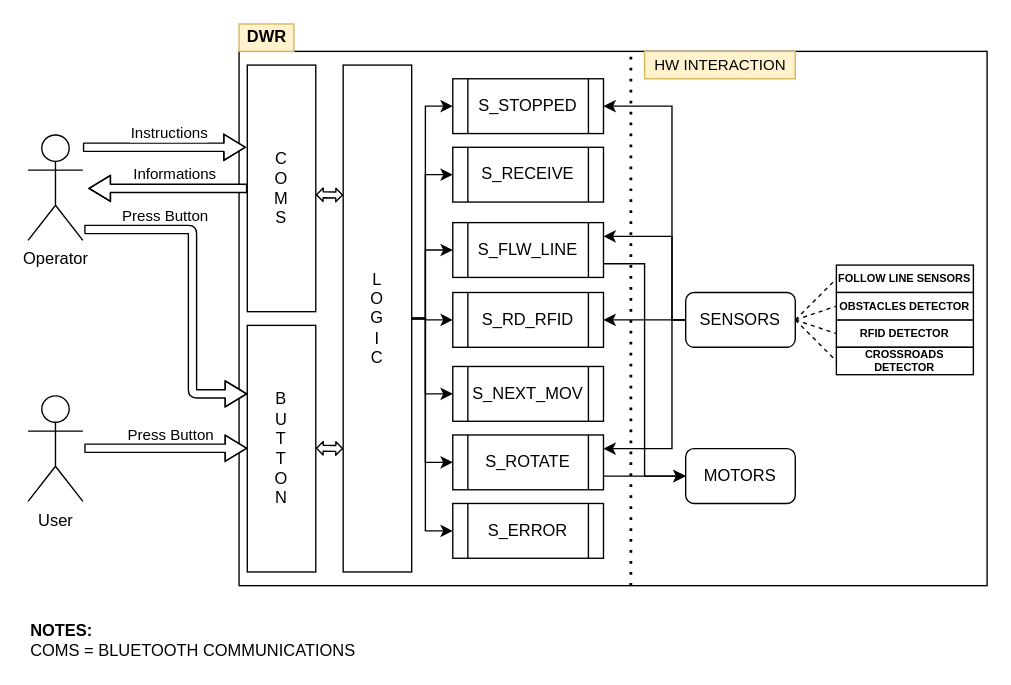
Above: page "SysDiagram_v2" (2 of 7) of 03Flowcharts/System_Diagram.drawio in LPI-2020/DWR-19 (draw.io), before the change. Source tidied: cells renumbered, new cells numbered last; positions are measured from the earlier drawing's top-left corner, leaving out a move shared by most shapes. Both pictures are drawn from the tidied source at 137%, with x=0, y=0 at pixel (27, 23).
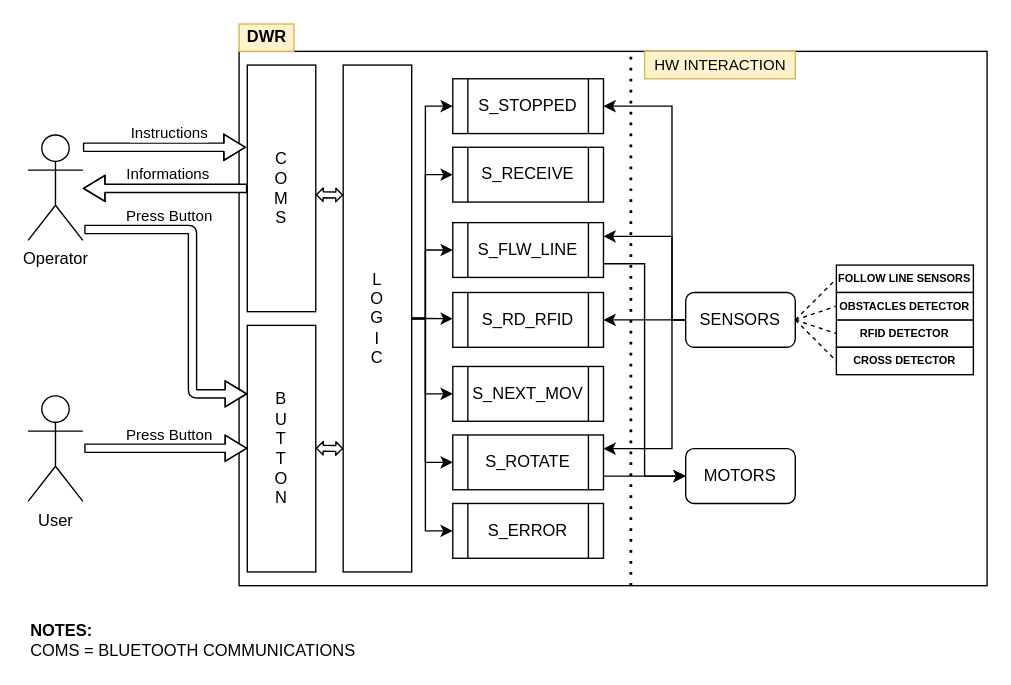
The same page after the edit.

Commit message (it also covers changes not shown here):
Arquitetura e Modulos Utilizados in progress

Unchanged cells that the change refers to:
```xml
<mxCell id="4" value="C&lt;br&gt;O&lt;br&gt;M&lt;br&gt;S&lt;br&gt;" style="rounded=0;whiteSpace=wrap;html=1;" parent="1" vertex="1">
  <mxGeometry x="160" y="30" width="50" height="180" as="geometry" />
</mxCell>
<mxCell id="11" value="L&lt;br&gt;O&lt;br&gt;G&lt;br&gt;I&lt;br&gt;C" style="rounded=0;whiteSpace=wrap;html=1;" parent="1" vertex="1">
  <mxGeometry x="230" y="30" width="50" height="370" as="geometry" />
</mxCell>
<mxCell id="34" value="&lt;span&gt;S_RD_RFID&lt;br&gt;&lt;/span&gt;" style="shape=process;whiteSpace=wrap;html=1;backgroundOutline=1;" parent="1" vertex="1">
  <mxGeometry x="310" y="196" width="110" height="40" as="geometry" />
</mxCell>
```

The edit, as a diff of the source:
```diff
@@
-    <mxCell id="8" style="edgeStyle=orthogonalEdgeStyle;rounded=0;jettySize=auto;html=1;exitX=1;exitY=0.5;exitDx=0;exitDy=0;entryX=0;entryY=0.5;entryDx=0;entryDy=0;" parent="1" edge="1" source="11" target="34">
+    <mxCell id="8" style="edgeStyle=orthogonalEdgeStyle;rounded=0;jettySize=auto;html=1;exitX=1;exitY=0.5;exitDx=0;exitDy=0;entryX=0;entryY=0.477;entryDx=0;entryDy=0;entryPerimeter=0;" parent="1" edge="1" source="11" target="34">
       <mxGeometry relative="1" as="geometry">
         <Array as="points">
           <mxPoint x="290" y="215" />
         </Array>
       </mxGeometry>
     </mxCell>
@@
-    <mxCell id="20" value="CROSSROADS DETECTOR" style="rounded=0;whiteSpace=wrap;html=1;fontSize=8;fontStyle=1;" parent="1" vertex="1">
+    <mxCell id="20" value="CROSS DETECTOR" style="rounded=0;whiteSpace=wrap;html=1;fontSize=8;fontStyle=1;" parent="1" vertex="1">
       <mxGeometry x="590" y="236" width="100" height="20" as="geometry" />
     </mxCell>
@@
     <mxCell id="43" value="Informations" style="shape=flexArrow;endArrow=classic;html=1;endWidth=12;endSize=4.87;width=6;labelBackgroundColor=none;exitX=0;exitY=0.5;exitDx=0;exitDy=0;fillColor=#ffffff;" parent="1" edge="1" source="4">
-      <mxGeometry x="-0.09" y="-10" relative="1" as="geometry">
-        <mxPoint x="44" y="120" as="targetPoint" />
+      <mxGeometry x="-0.03" y="-10" relative="1" as="geometry">
+        <mxPoint x="40" y="120" as="targetPoint" />
         <Array as="points">
           <mxPoint x="104" y="120" />
         </Array>
       </mxGeometry>
     </mxCell>
-    <mxCell id="44" value="Press Button" style="shape=flexArrow;endArrow=classic;html=1;endWidth=12;endSize=4.87;width=6;entryX=0;entryY=0.25;entryDx=0;entryDy=0;fillColor=#ffffff;labelBackgroundColor=none;" parent="1" edge="1">
-      <mxGeometry x="-0.51" y="10" relative="1" as="geometry">
+    <mxCell id="44" value="Press Button" style="shape=flexArrow;endArrow=classic;html=1;endWidth=12;endSize=4.87;width=6;entryX=0;entryY=0.25;entryDx=0;entryDy=0;fillColor=#ffffff;labelBackgroundColor=none;labelPosition=right;verticalLabelPosition=middle;align=left;verticalAlign=middle;" parent="1" edge="1">
+      <mxGeometry x="-0.76" y="10" relative="1" as="geometry">
         <mxPoint x="41" y="150" as="sourcePoint" />
         <mxPoint x="160" y="270" as="targetPoint" />
         <Array as="points">
           <mxPoint x="120" y="150" />
           <mxPoint x="120" y="205" />
           <mxPoint x="120" y="270" />
         </Array>
       </mxGeometry>
     </mxCell>
@@
-    <mxCell id="46" value="Press Button" style="shape=flexArrow;endArrow=classic;html=1;endWidth=12;endSize=4.87;width=6;labelBorderColor=none;fillColor=#ffffff;labelBackgroundColor=none;" parent="1" edge="1">
-      <mxGeometry x="0.06" y="10" relative="1" as="geometry">
+    <mxCell id="46" value="Press Button" style="shape=flexArrow;endArrow=classic;html=1;endWidth=12;endSize=4.87;width=6;labelBorderColor=none;fillColor=#ffffff;labelBackgroundColor=none;labelPosition=right;verticalLabelPosition=middle;align=left;verticalAlign=middle;" parent="1" edge="1">
+      <mxGeometry x="-0.51" y="10" relative="1" as="geometry">
         <mxPoint x="41" y="309.7" as="sourcePoint" />
         <mxPoint x="160" y="309.7" as="targetPoint" />
         <Array as="points">
           <mxPoint x="101" y="309.7" />
         </Array>
       </mxGeometry>
     </mxCell>
```
